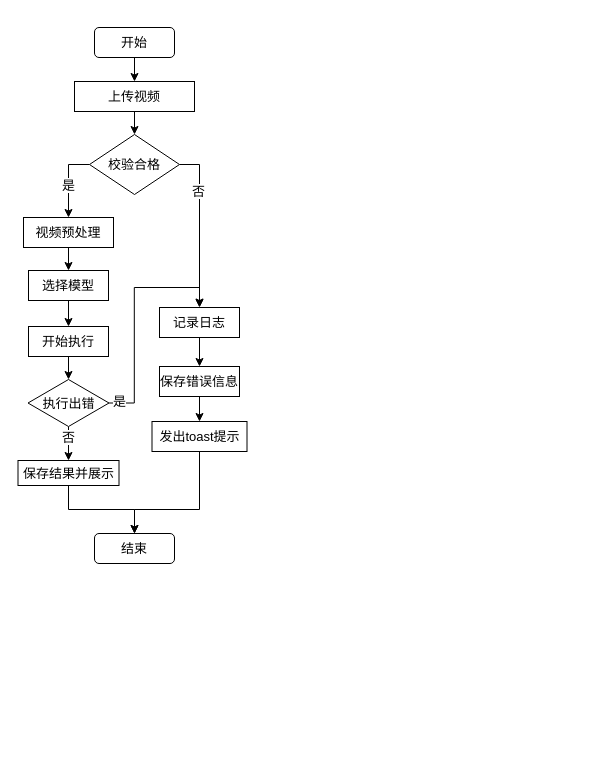
Above: DrawIO_file/流程图/目标检测模块流程图.drawio in DingDongZz/typera_PicGO (draw.io), before the change. Source tidied: cells renumbered, new cells numbered last; positions are measured from the earlier drawing's top-left corner, leaving out a move shared by most shapes. Both pictures are drawn from the tidied source at 100%, with x=0, y=0 at pixel (18, 27).
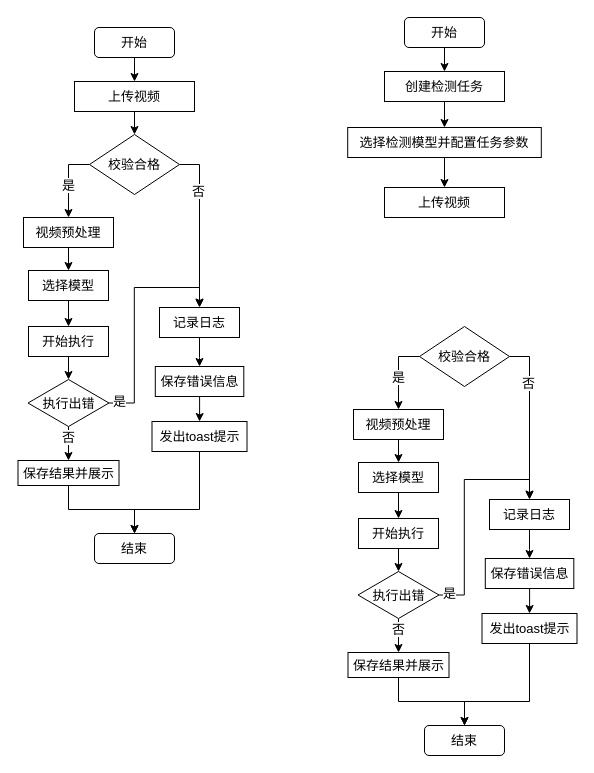
The same diagram, later.

Commit message:
更新目标检测模块流程图.drawio

Change to the diagram source:
```diff
@@
     <mxCell id="26" value="保存错误信息" style="rounded=0;whiteSpace=wrap;html=1;fontFamily=宋体;fontSize=13;" parent="1" vertex="1">
-      <mxGeometry x="141" y="339" width="80" height="30" as="geometry" />
+      <mxGeometry x="136.8" y="339" width="88.5" height="30" as="geometry" />
     </mxCell>
@@
+    <mxCell id="31" style="edgeStyle=orthogonalEdgeStyle;rounded=0;jettySize=auto;html=1;entryX=0.5;entryY=0;entryDx=0;entryDy=0;fontFamily=宋体;fontSize=13;" parent="1" edge="1" source="32" target="34">
+      <mxGeometry relative="1" as="geometry" />
+    </mxCell>
+    <mxCell id="32" value="开始" style="rounded=1;whiteSpace=wrap;html=1;fontFamily=宋体;fontSize=13;" parent="1" vertex="1">
+      <mxGeometry x="386" y="-10" width="80" height="30" as="geometry" />
+    </mxCell>
+    <mxCell id="33" style="edgeStyle=orthogonalEdgeStyle;rounded=0;jettySize=auto;html=1;entryX=0.5;entryY=0;entryDx=0;entryDy=0;" parent="1" edge="1" source="34" target="61">
+      <mxGeometry relative="1" as="geometry" />
+    </mxCell>
+    <mxCell id="34" value="创建检测任务" style="rounded=0;whiteSpace=wrap;html=1;fontFamily=宋体;fontSize=13;" parent="1" vertex="1">
+      <mxGeometry x="366" y="44" width="120" height="30" as="geometry" />
+    </mxCell>
+    <mxCell id="35" style="edgeStyle=orthogonalEdgeStyle;rounded=0;jettySize=auto;html=1;entryX=0.5;entryY=0;entryDx=0;entryDy=0;exitX=0;exitY=0.5;exitDx=0;exitDy=0;fontFamily=宋体;fontSize=13;" parent="1" edge="1" source="39" target="41">
+      <mxGeometry relative="1" as="geometry">
+        <Array as="points">
+          <mxPoint x="380" y="329" />
+        </Array>
+      </mxGeometry>
+    </mxCell>
+    <mxCell id="36" value="是" style="edgeLabel;html=1;align=center;verticalAlign=middle;fontFamily=宋体;fontSize=13;" parent="35" vertex="1">
+      <mxGeometry x="0.1" y="-1" relative="1" as="geometry" />
+    </mxCell>
+    <mxCell id="37" style="edgeStyle=orthogonalEdgeStyle;rounded=0;jettySize=auto;html=1;entryX=0.5;entryY=0;entryDx=0;entryDy=0;exitX=1;exitY=0.5;exitDx=0;exitDy=0;fontFamily=宋体;fontSize=13;" parent="1" edge="1" source="39">
+      <mxGeometry relative="1" as="geometry">
+        <mxPoint x="511" y="471.5" as="targetPoint" />
+        <Array as="points">
+          <mxPoint x="511" y="329" />
+        </Array>
+      </mxGeometry>
+    </mxCell>
+    <mxCell id="38" value="否" style="edgeLabel;html=1;align=center;verticalAlign=middle;fontFamily=宋体;fontSize=13;" parent="37" vertex="1">
+      <mxGeometry x="-0.43" y="-3" relative="1" as="geometry">
+        <mxPoint x="1" as="offset" />
+      </mxGeometry>
+    </mxCell>
+    <mxCell id="39" value="校验合格" style="rhombus;whiteSpace=wrap;html=1;fontFamily=宋体;fontSize=13;" parent="1" vertex="1">
+      <mxGeometry x="401" y="299" width="90" height="60" as="geometry" />
+    </mxCell>
+    <mxCell id="40" style="edgeStyle=orthogonalEdgeStyle;rounded=0;jettySize=auto;html=1;entryX=0.5;entryY=0;entryDx=0;entryDy=0;fontFamily=宋体;fontSize=13;" parent="1" edge="1" source="41" target="43">
+      <mxGeometry relative="1" as="geometry" />
+    </mxCell>
+    <mxCell id="41" value="视频预处理" style="rounded=0;whiteSpace=wrap;html=1;fontFamily=宋体;fontSize=13;" parent="1" vertex="1">
+      <mxGeometry x="335" y="382" width="90" height="30" as="geometry" />
+    </mxCell>
+    <mxCell id="42" style="edgeStyle=orthogonalEdgeStyle;rounded=0;jettySize=auto;html=1;entryX=0.5;entryY=0;entryDx=0;entryDy=0;fontFamily=宋体;fontSize=13;" parent="1" edge="1" source="43" target="45">
+      <mxGeometry relative="1" as="geometry" />
+    </mxCell>
+    <mxCell id="43" value="选择模型" style="rounded=0;whiteSpace=wrap;html=1;fontFamily=宋体;fontSize=13;" parent="1" vertex="1">
+      <mxGeometry x="340" y="435" width="80" height="30" as="geometry" />
+    </mxCell>
+    <mxCell id="44" style="edgeStyle=orthogonalEdgeStyle;rounded=0;jettySize=auto;html=1;entryX=0.5;entryY=0;entryDx=0;entryDy=0;fontFamily=宋体;fontSize=13;" parent="1" edge="1" source="45" target="50">
+      <mxGeometry relative="1" as="geometry" />
+    </mxCell>
+    <mxCell id="45" value="开始执行" style="rounded=0;whiteSpace=wrap;html=1;fontFamily=宋体;fontSize=13;" parent="1" vertex="1">
+      <mxGeometry x="340" y="491" width="80" height="30" as="geometry" />
+    </mxCell>
+    <mxCell id="46" style="edgeStyle=orthogonalEdgeStyle;rounded=0;jettySize=auto;html=1;entryX=0.5;entryY=0;entryDx=0;entryDy=0;fontFamily=宋体;fontSize=13;" parent="1" edge="1" source="50" target="52">
+      <mxGeometry relative="1" as="geometry" />
+    </mxCell>
+    <mxCell id="47" value="否" style="edgeLabel;html=1;align=center;verticalAlign=middle;fontFamily=宋体;fontSize=13;" parent="46" vertex="1">
+      <mxGeometry x="-0.79" y="-2" relative="1" as="geometry">
+        <mxPoint x="1" y="5" as="offset" />
+      </mxGeometry>
+    </mxCell>
+    <mxCell id="48" style="edgeStyle=orthogonalEdgeStyle;rounded=0;jettySize=auto;html=1;entryX=0.5;entryY=0;entryDx=0;entryDy=0;fontFamily=宋体;fontSize=13;" parent="1" edge="1" source="50" target="57">
+      <mxGeometry relative="1" as="geometry" />
+    </mxCell>
+    <mxCell id="49" value="是" style="edgeLabel;html=1;align=center;verticalAlign=middle;fontFamily=宋体;fontSize=13;" parent="48" vertex="1">
+      <mxGeometry x="-0.9" y="3" relative="1" as="geometry">
+        <mxPoint x="-1" y="1" as="offset" />
+      </mxGeometry>
+    </mxCell>
+    <mxCell id="50" value="执行出错" style="rhombus;whiteSpace=wrap;html=1;fontFamily=宋体;fontSize=13;" parent="1" vertex="1">
+      <mxGeometry x="339.5" y="544" width="81" height="47" as="geometry" />
+    </mxCell>
+    <mxCell id="51" style="edgeStyle=orthogonalEdgeStyle;rounded=0;jettySize=auto;html=1;entryX=0.5;entryY=0;entryDx=0;entryDy=0;fontFamily=宋体;fontSize=13;" parent="1" edge="1" source="52" target="53">
+      <mxGeometry relative="1" as="geometry">
+        <Array as="points">
+          <mxPoint x="380" y="674" />
+          <mxPoint x="446" y="674" />
+        </Array>
+      </mxGeometry>
+    </mxCell>
+    <mxCell id="52" value="保存结果&lt;span style=&quot;background-color: transparent; color: light-dark(rgb(0, 0, 0), rgb(255, 255, 255));&quot;&gt;并展示&lt;/span&gt;" style="rounded=0;whiteSpace=wrap;html=1;fontFamily=宋体;fontSize=13;" parent="1" vertex="1">
+      <mxGeometry x="329.5" y="625" width="101" height="25" as="geometry" />
+    </mxCell>
+    <mxCell id="53" value="结束" style="rounded=1;whiteSpace=wrap;html=1;fontFamily=宋体;fontSize=13;" parent="1" vertex="1">
+      <mxGeometry x="406" y="698" width="80" height="30" as="geometry" />
+    </mxCell>
+    <mxCell id="54" style="edgeStyle=orthogonalEdgeStyle;rounded=0;jettySize=auto;html=1;entryX=0.5;entryY=0;entryDx=0;entryDy=0;fontFamily=宋体;fontSize=13;" parent="1" edge="1" source="55" target="59">
+      <mxGeometry relative="1" as="geometry" />
+    </mxCell>
+    <mxCell id="55" value="保存错误信息" style="rounded=0;whiteSpace=wrap;html=1;fontFamily=宋体;fontSize=13;" parent="1" vertex="1">
+      <mxGeometry x="466.8" y="531" width="88.5" height="30" as="geometry" />
+    </mxCell>
+    <mxCell id="56" style="edgeStyle=orthogonalEdgeStyle;rounded=0;jettySize=auto;html=1;entryX=0.5;entryY=0;entryDx=0;entryDy=0;fontFamily=宋体;fontSize=13;" parent="1" edge="1" source="57" target="55">
+      <mxGeometry relative="1" as="geometry" />
+    </mxCell>
+    <mxCell id="57" value="记录日志" style="rounded=0;whiteSpace=wrap;html=1;fontFamily=宋体;fontSize=13;" parent="1" vertex="1">
+      <mxGeometry x="471" y="472" width="80" height="30" as="geometry" />
+    </mxCell>
+    <mxCell id="58" style="edgeStyle=orthogonalEdgeStyle;rounded=0;jettySize=auto;html=1;entryX=0.5;entryY=0;entryDx=0;entryDy=0;fontFamily=宋体;fontSize=13;" parent="1" edge="1" source="59" target="53">
+      <mxGeometry relative="1" as="geometry">
+        <Array as="points">
+          <mxPoint x="511" y="674" />
+          <mxPoint x="446" y="674" />
+        </Array>
+      </mxGeometry>
+    </mxCell>
+    <mxCell id="59" value="发出toast提示" style="rounded=0;whiteSpace=wrap;html=1;fontFamily=宋体;fontSize=13;" parent="1" vertex="1">
+      <mxGeometry x="463.5" y="586" width="95" height="30" as="geometry" />
+    </mxCell>
+    <mxCell id="60" style="edgeStyle=orthogonalEdgeStyle;rounded=0;jettySize=auto;html=1;entryX=0.5;entryY=0;entryDx=0;entryDy=0;" parent="1" edge="1" source="61" target="62">
+      <mxGeometry relative="1" as="geometry" />
+    </mxCell>
+    <mxCell id="61" value="选择检测模型并配置任务参数" style="rounded=0;whiteSpace=wrap;html=1;fontFamily=宋体;fontSize=13;" parent="1" vertex="1">
+      <mxGeometry x="329.2" y="100" width="193.6" height="30" as="geometry" />
+    </mxCell>
+    <mxCell id="62" value="上传视频" style="rounded=0;whiteSpace=wrap;html=1;fontFamily=宋体;fontSize=13;" parent="1" vertex="1">
+      <mxGeometry x="366" y="160" width="120" height="30" as="geometry" />
+    </mxCell>
```
